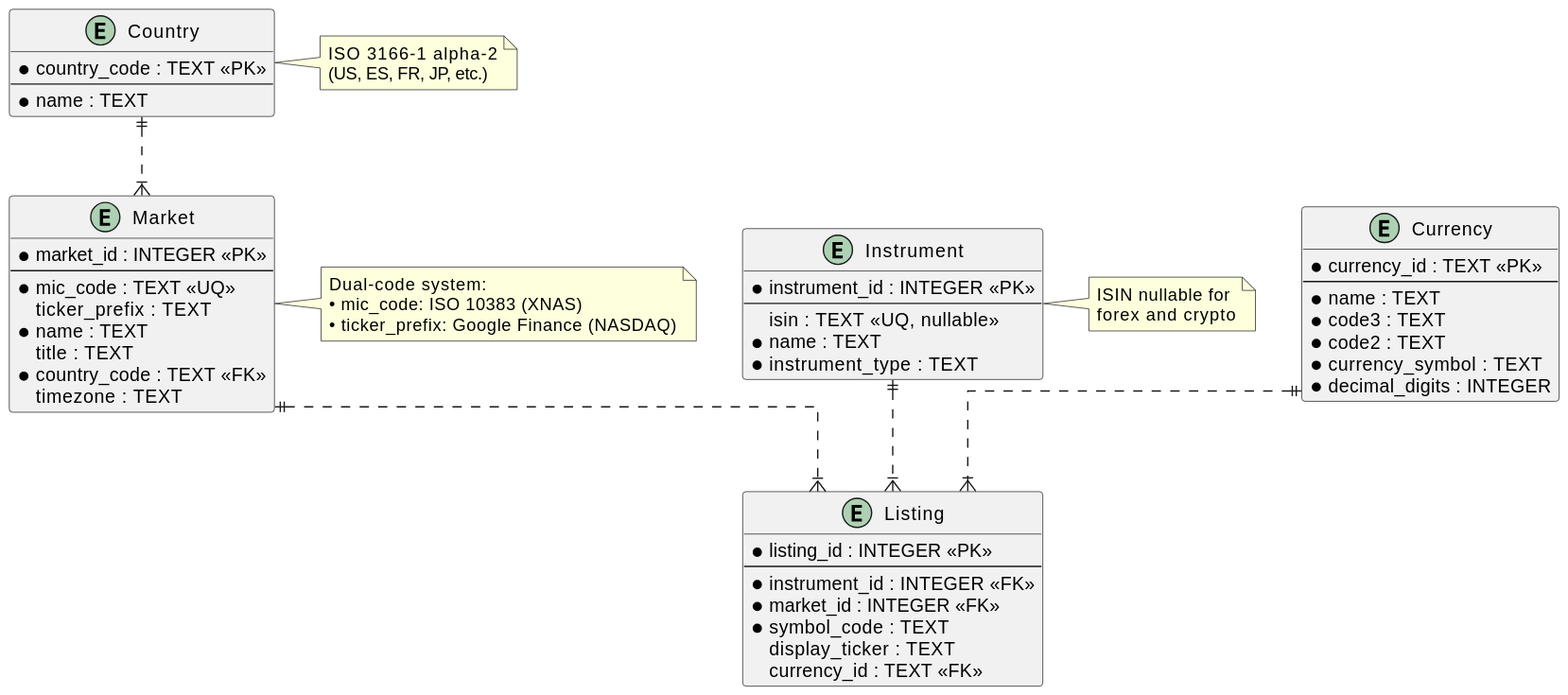
This is doc/images/data_model.svg from jasset75/symb0l, a PlantUML export, as it was before one commit.
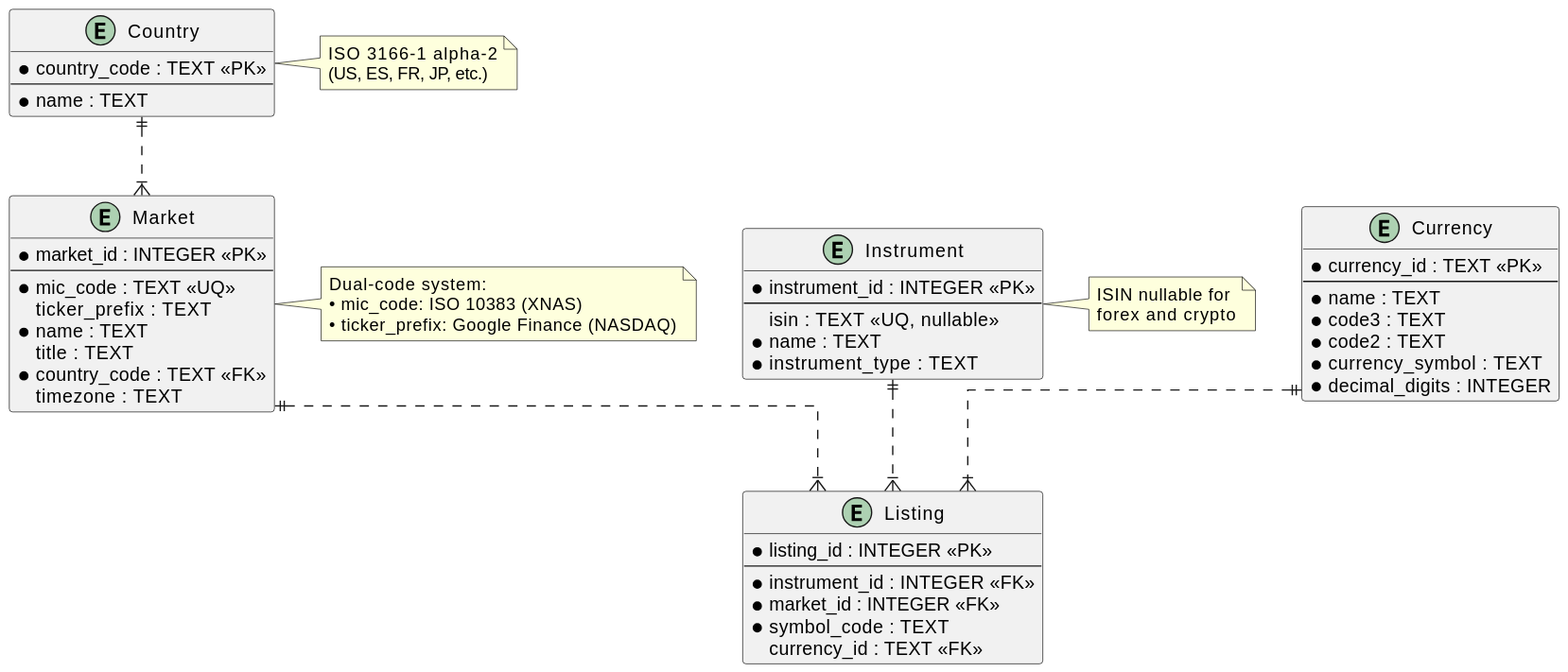
After the commit.

Change to the diagram source:
```diff
@@ -32,7 +32,6 @@
   *instrument_id : INTEGER <<FK>>
   *market_id : INTEGER <<FK>>
   *symbol_code : TEXT
-  display_ticker : TEXT
   currency_id : TEXT <<FK>>
 }
 
```
